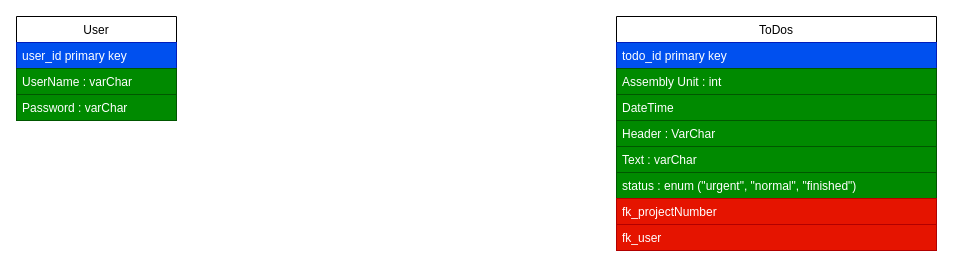
LeDaniii/SmartAssemblyApp keeps this draw.io diagram as Planning/database.drawio. Above is the earlier version. Source tidied: cells renumbered, new cells numbered last; positions are measured from the earlier drawing's top-left corner, leaving out a move shared by most shapes. Both pictures are drawn from the tidied source at 100%, with x=0, y=0 at pixel (16, 16).
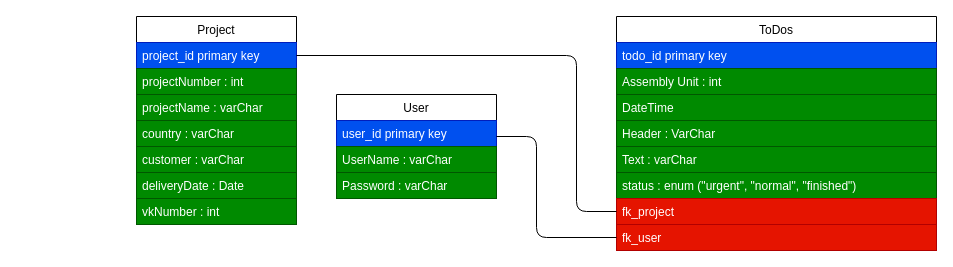
The same page after the edit.

The change refers to these unchanged cells:
```xml
<mxCell id="6" value="ToDos" style="swimlane;fontStyle=0;horizontal=1;startSize=26;" parent="1" vertex="1">
  <mxGeometry x="600" width="320" height="234" as="geometry" />
</mxCell>
<mxCell id="14" value="fk_user" style="text;strokeColor=#B20000;fillColor=#e51400;align=left;verticalAlign=top;spacingLeft=4;spacingRight=4;overflow=hidden;points=[[0,0.5],[1,0.5]];portConstraint=eastwest;fontColor=#ffffff;" parent="6" vertex="1">
  <mxGeometry y="208" width="320" height="26" as="geometry" />
</mxCell>
```

The edit, as a diff of the source:
```diff
@@
     <mxCell id="2" value="User" style="swimlane;fontStyle=0;horizontal=1;startSize=26;" parent="1" vertex="1">
-      <mxGeometry width="160" height="104" as="geometry" />
+      <mxGeometry x="320" y="78" width="160" height="104" as="geometry" />
     </mxCell>
@@
-    <mxCell id="13" value="fk_projectNumber" style="text;strokeColor=#B20000;fillColor=#e51400;align=left;verticalAlign=top;spacingLeft=4;spacingRight=4;overflow=hidden;points=[[0,0.5],[1,0.5]];portConstraint=eastwest;fontColor=#ffffff;" parent="6" vertex="1">
+    <mxCell id="13" value="fk_project" style="text;strokeColor=#B20000;fillColor=#e51400;align=left;verticalAlign=top;spacingLeft=4;spacingRight=4;overflow=hidden;points=[[0,0.5],[1,0.5]];portConstraint=eastwest;fontColor=#ffffff;" parent="6" vertex="1">
       <mxGeometry y="182" width="320" height="26" as="geometry" />
     </mxCell>
@@
+    <mxCell id="15" value="Project" style="swimlane;fontStyle=0;horizontal=1;startSize=26;" parent="1" vertex="1">
+      <mxGeometry x="120" width="160" height="208" as="geometry" />
+    </mxCell>
+    <mxCell id="16" value="project_id primary key" style="text;strokeColor=#001DBC;fillColor=#0050ef;align=left;verticalAlign=top;spacingLeft=4;spacingRight=4;overflow=hidden;points=[[0,0.5],[1,0.5]];portConstraint=eastwest;fontColor=#ffffff;" parent="15" vertex="1">
+      <mxGeometry y="26" width="160" height="26" as="geometry" />
+    </mxCell>
+    <mxCell id="17" value="projectNumber : int" style="text;align=left;verticalAlign=top;spacingLeft=4;spacingRight=4;overflow=hidden;fillColor=#008a00;strokeColor=#005700;fontColor=#ffffff;" parent="15" vertex="1">
+      <mxGeometry y="52" width="160" height="26" as="geometry" />
+    </mxCell>
+    <mxCell id="18" value="projectName : varChar" style="text;strokeColor=#005700;fillColor=#008a00;align=left;verticalAlign=top;spacingLeft=4;spacingRight=4;overflow=hidden;fontColor=#ffffff;" parent="15" vertex="1">
+      <mxGeometry y="78" width="160" height="26" as="geometry" />
+    </mxCell>
+    <mxCell id="19" value="country : varChar" style="text;strokeColor=#005700;fillColor=#008a00;align=left;verticalAlign=top;spacingLeft=4;spacingRight=4;overflow=hidden;fontColor=#ffffff;" parent="15" vertex="1">
+      <mxGeometry y="104" width="160" height="26" as="geometry" />
+    </mxCell>
+    <mxCell id="20" value="customer : varChar" style="text;strokeColor=#005700;fillColor=#008a00;align=left;verticalAlign=top;spacingLeft=4;spacingRight=4;overflow=hidden;fontColor=#ffffff;" parent="15" vertex="1">
+      <mxGeometry y="130" width="160" height="26" as="geometry" />
+    </mxCell>
+    <mxCell id="21" value="deliveryDate : Date" style="text;strokeColor=#005700;fillColor=#008a00;align=left;verticalAlign=top;spacingLeft=4;spacingRight=4;overflow=hidden;fontColor=#ffffff;" parent="15" vertex="1">
+      <mxGeometry y="156" width="160" height="26" as="geometry" />
+    </mxCell>
+    <mxCell id="22" value="vkNumber : int" style="text;align=left;verticalAlign=top;spacingLeft=4;spacingRight=4;overflow=hidden;fillColor=#008a00;strokeColor=#005700;fontColor=#ffffff;" parent="15" vertex="1">
+      <mxGeometry y="182" width="160" height="26" as="geometry" />
+    </mxCell>
+    <mxCell id="23" style="endArrow=none;html=1;entryX=0;entryY=0.5;entryDx=0;entryDy=0;exitX=1;exitY=0.5;exitDx=0;exitDy=0;" parent="1" edge="1" source="16" target="13">
+      <mxGeometry relative="1" as="geometry">
+        <Array as="points">
+          <mxPoint x="560" y="39" />
+          <mxPoint x="560" y="195" />
+        </Array>
+      </mxGeometry>
+    </mxCell>
+    <mxCell id="24" style="endArrow=none;html=1;entryX=0;entryY=0.5;entryDx=0;entryDy=0;" parent="1" edge="1" target="14">
+      <mxGeometry relative="1" as="geometry">
+        <mxPoint x="480" y="120" as="sourcePoint" />
+        <Array as="points">
+          <mxPoint x="520" y="120" />
+          <mxPoint x="520" y="221" />
+        </Array>
+      </mxGeometry>
+    </mxCell>
```
